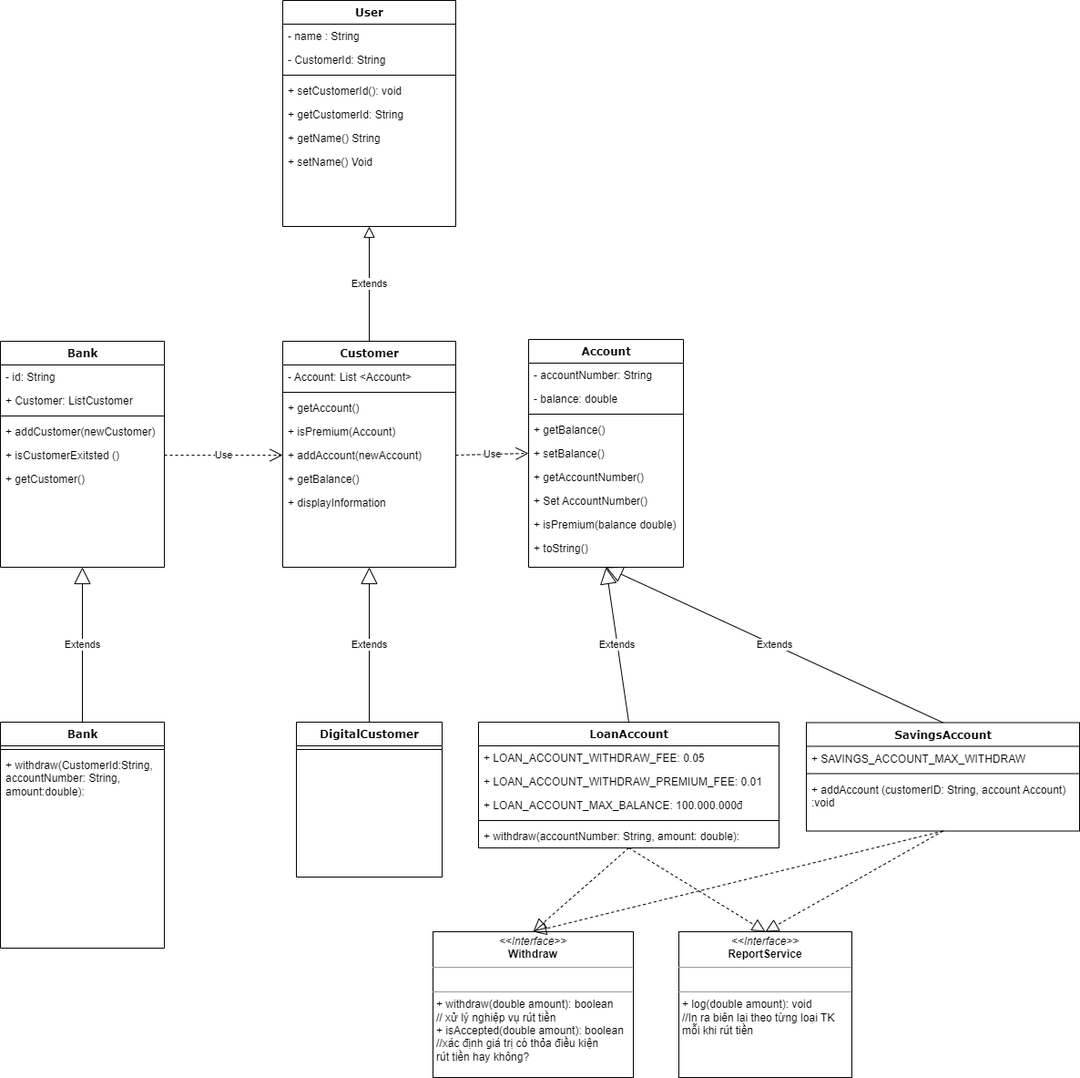
Above: Asm03.drawio.png in NvTra/class-assment (draw.io), before the change. Source tidied: cells renumbered, new cells last; positions are measured from the earlier drawing's top-left corner, leaving out a move shared by most shapes.
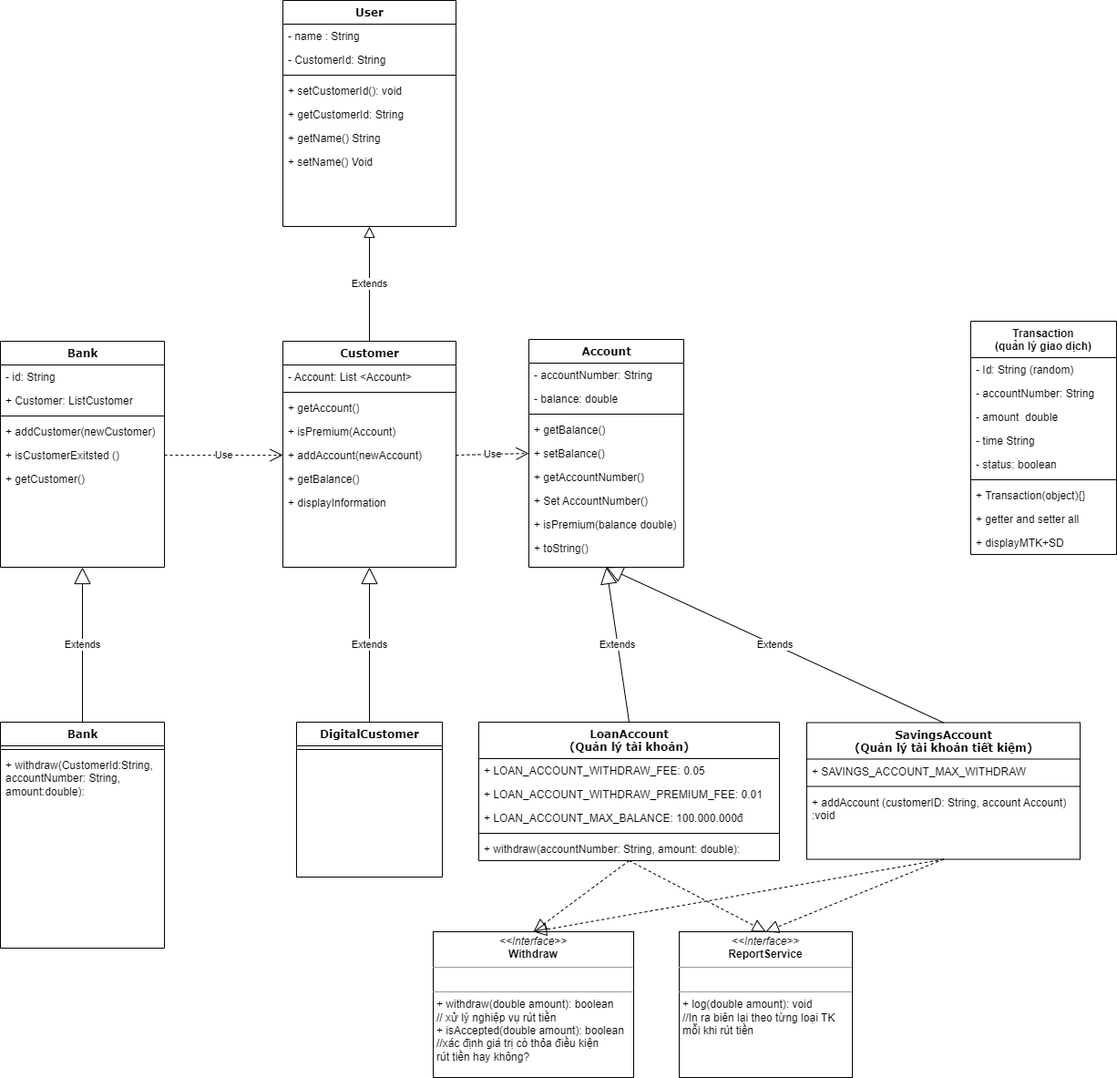
The same file after the commit.

Diff of the diagram source:
```diff
@@ -2,35 +2,35 @@
   <root>
     <mxCell id="0" />
     <mxCell id="1" parent="0" />
-    <mxCell id="2" value="LoanAccount" style="swimlane;html=1;fontStyle=1;align=center;verticalAlign=top;horizontal=1;startSize=26;swimlaneFillColor=#ffffff;rounded=0;shadow=0;comic=0;labelBackgroundColor=none;strokeWidth=1;fillColor=none;fontFamily=Verdana;fontSize=12;" parent="1" vertex="1">
-      <mxGeometry x="525" y="792" width="330" height="138" as="geometry" />
+    <mxCell id="2" value="LoanAccount&lt;br&gt;(Quản lý tài khoản)" style="swimlane;html=1;fontStyle=1;align=center;verticalAlign=top;horizontal=1;startSize=40;swimlaneFillColor=#ffffff;rounded=0;shadow=0;comic=0;labelBackgroundColor=none;strokeWidth=1;fillColor=none;fontFamily=Verdana;fontSize=12;" parent="1" vertex="1">
+      <mxGeometry x="525" y="792" width="330" height="152" as="geometry" />
     </mxCell>
     <mxCell id="3" value="+ LOAN_ACCOUNT_WITHDRAW_FEE: 0.05" style="text;html=1;strokeColor=none;fillColor=none;align=left;verticalAlign=top;spacingLeft=4;spacingRight=4;whiteSpace=wrap;overflow=hidden;" parent="2" vertex="1">
-      <mxGeometry y="26" width="330" height="26" as="geometry" />
+      <mxGeometry y="40" width="330" height="26" as="geometry" />
     </mxCell>
     <mxCell id="4" value="+ LOAN_ACCOUNT_WITHDRAW_PREMIUM_FEE: 0.01" style="text;html=1;strokeColor=none;fillColor=none;align=left;verticalAlign=top;spacingLeft=4;spacingRight=4;whiteSpace=wrap;overflow=hidden;" parent="2" vertex="1">
-      <mxGeometry y="52" width="330" height="26" as="geometry" />
+      <mxGeometry y="66" width="330" height="26" as="geometry" />
     </mxCell>
     <mxCell id="5" value="+ LOAN_ACCOUNT_MAX_BALANCE: 100.000.000đ" style="text;html=1;strokeColor=none;fillColor=none;align=left;verticalAlign=top;spacingLeft=4;spacingRight=4;whiteSpace=wrap;overflow=hidden;" parent="2" vertex="1">
-      <mxGeometry y="78" width="330" height="26" as="geometry" />
+      <mxGeometry y="92" width="330" height="26" as="geometry" />
     </mxCell>
     <mxCell id="6" style="line;html=1;strokeWidth=1;fillColor=none;align=left;verticalAlign=middle;spacingTop=-1;spacingLeft=3;spacingRight=3;labelPosition=right;" parent="2" vertex="1">
-      <mxGeometry y="104" width="330" height="8" as="geometry" />
+      <mxGeometry y="118" width="330" height="8" as="geometry" />
     </mxCell>
     <mxCell id="7" value="+ withdraw(accountNumber: String, amount: double):&amp;nbsp;&amp;nbsp;" style="text;html=1;strokeColor=none;fillColor=none;align=left;verticalAlign=top;spacingLeft=4;spacingRight=4;whiteSpace=wrap;overflow=hidden;" parent="2" vertex="1">
-      <mxGeometry y="112" width="330" height="26" as="geometry" />
+      <mxGeometry y="126" width="330" height="26" as="geometry" />
     </mxCell>
-    <mxCell id="8" value="SavingsAccount" style="swimlane;html=1;fontStyle=1;align=center;verticalAlign=top;horizontal=1;startSize=26;swimlaneFillColor=#ffffff;rounded=0;shadow=0;comic=0;labelBackgroundColor=none;strokeWidth=1;fillColor=none;fontFamily=Verdana;fontSize=12;" parent="1" vertex="1">
-      <mxGeometry x="885" y="792.5" width="300" height="119" as="geometry" />
+    <mxCell id="8" value="SavingsAccount&lt;br&gt;(Quản lý tài khoản tiết kiệm)" style="swimlane;html=1;fontStyle=1;align=center;verticalAlign=top;horizontal=1;startSize=40;swimlaneFillColor=#ffffff;rounded=0;shadow=0;comic=0;labelBackgroundColor=none;strokeWidth=1;fillColor=none;fontFamily=Verdana;fontSize=12;" parent="1" vertex="1">
+      <mxGeometry x="885" y="792.5" width="300" height="150" as="geometry" />
     </mxCell>
     <mxCell id="9" value="+&amp;nbsp;SAVINGS_ACCOUNT_MAX_WITHDRAW" style="text;html=1;strokeColor=none;fillColor=none;align=left;verticalAlign=top;spacingLeft=4;spacingRight=4;whiteSpace=wrap;overflow=hidden;" parent="8" vertex="1">
-      <mxGeometry y="26" width="300" height="26" as="geometry" />
+      <mxGeometry y="40" width="300" height="26" as="geometry" />
     </mxCell>
     <mxCell id="10" style="line;html=1;strokeWidth=1;fillColor=none;align=left;verticalAlign=middle;spacingTop=-1;spacingLeft=3;spacingRight=3;labelPosition=right;" parent="8" vertex="1">
-      <mxGeometry y="52" width="300" height="8" as="geometry" />
+      <mxGeometry y="66" width="300" height="8" as="geometry" />
     </mxCell>
     <mxCell id="11" value="+ addAccount (customerID: String, account Account) :void" style="text;html=1;strokeColor=none;fillColor=none;align=left;verticalAlign=top;spacingLeft=4;spacingRight=4;whiteSpace=wrap;overflow=hidden;" parent="8" vertex="1">
-      <mxGeometry y="60" width="300" height="50" as="geometry" />
+      <mxGeometry y="74" width="300" height="76" as="geometry" />
     </mxCell>
     <mxCell id="12" value="&lt;p style=&quot;margin:0px;margin-top:4px;text-align:center;&quot;&gt;&lt;i&gt;&amp;lt;&amp;lt;Interface&amp;gt;&amp;gt;&lt;/i&gt;&lt;br&gt;&lt;b&gt;Withdraw&lt;/b&gt;&lt;/p&gt;&lt;hr size=&quot;1&quot;&gt;&lt;p style=&quot;margin:0px;margin-left:4px;&quot;&gt;&lt;br&gt;&lt;/p&gt;&lt;hr size=&quot;1&quot;&gt;&lt;p style=&quot;margin:0px;margin-left:4px;&quot;&gt;+ withdraw(double amount): boolean&lt;/p&gt;&lt;p style=&quot;margin:0px;margin-left:4px;&quot;&gt;// xử lý nghiệp vụ rút tiền&lt;br&gt;+ isAccepted(double amount): boolean&lt;/p&gt;&lt;p style=&quot;margin:0px;margin-left:4px;&quot;&gt;//xác định giá trị có thỏa điều kiện&amp;nbsp;&lt;/p&gt;&lt;p style=&quot;margin:0px;margin-left:4px;&quot;&gt;rút tiền hay không?&lt;/p&gt;" style="verticalAlign=top;align=left;overflow=fill;fontSize=12;fontFamily=Helvetica;html=1;rounded=0;shadow=0;comic=0;labelBackgroundColor=none;strokeWidth=1;" parent="1" vertex="1">
       <mxGeometry x="475" y="1022" width="220" height="160" as="geometry" />
@@ -185,5 +185,35 @@
     <mxCell id="62" value="Use" style="endArrow=open;endSize=12;dashed=1;html=1;rounded=0;entryX=0;entryY=0.5;entryDx=0;entryDy=0;exitX=1;exitY=0.5;exitDx=0;exitDy=0;" parent="1" edge="1" source="39" target="47">
       <mxGeometry relative="1" as="geometry" />
     </mxCell>
+    <mxCell id="63" value="Transaction&lt;br&gt;(quản lý giao dịch)" style="swimlane;fontStyle=1;align=center;verticalAlign=top;horizontal=1;startSize=40;whiteSpace=wrap;html=1;" parent="1" vertex="1">
+      <mxGeometry x="1065" y="352" width="160" height="256" as="geometry" />
+    </mxCell>
+    <mxCell id="64" value="- Id: String (random)" style="text;strokeColor=none;fillColor=none;align=left;verticalAlign=top;spacingLeft=4;spacingRight=4;overflow=hidden;whiteSpace=wrap;html=1;" parent="63" vertex="1">
+      <mxGeometry y="40" width="160" height="26" as="geometry" />
+    </mxCell>
+    <mxCell id="65" value="- accountNumber: String" style="text;strokeColor=none;fillColor=none;align=left;verticalAlign=top;spacingLeft=4;spacingRight=4;overflow=hidden;whiteSpace=wrap;html=1;" parent="63" vertex="1">
+      <mxGeometry y="66" width="160" height="26" as="geometry" />
+    </mxCell>
+    <mxCell id="66" value="- amount&amp;nbsp; double" style="text;strokeColor=none;fillColor=none;align=left;verticalAlign=top;spacingLeft=4;spacingRight=4;overflow=hidden;whiteSpace=wrap;html=1;" parent="63" vertex="1">
+      <mxGeometry y="92" width="160" height="26" as="geometry" />
+    </mxCell>
+    <mxCell id="67" value="-&amp;nbsp;time String" style="text;strokeColor=none;fillColor=none;align=left;verticalAlign=top;spacingLeft=4;spacingRight=4;overflow=hidden;whiteSpace=wrap;html=1;" parent="63" vertex="1">
+      <mxGeometry y="118" width="160" height="26" as="geometry" />
+    </mxCell>
+    <mxCell id="68" value="- status: boolean" style="text;strokeColor=none;fillColor=none;align=left;verticalAlign=top;spacingLeft=4;spacingRight=4;overflow=hidden;whiteSpace=wrap;html=1;" parent="63" vertex="1">
+      <mxGeometry y="144" width="160" height="26" as="geometry" />
+    </mxCell>
+    <mxCell id="69" style="line;strokeWidth=1;fillColor=none;align=left;verticalAlign=middle;spacingTop=-1;spacingLeft=3;spacingRight=3;labelPosition=right;strokeColor=inherit;" parent="63" vertex="1">
+      <mxGeometry y="170" width="160" height="8" as="geometry" />
+    </mxCell>
+    <mxCell id="70" value="+ Transaction(object){}" style="text;strokeColor=none;fillColor=none;align=left;verticalAlign=top;spacingLeft=4;spacingRight=4;overflow=hidden;whiteSpace=wrap;html=1;" parent="63" vertex="1">
+      <mxGeometry y="178" width="160" height="26" as="geometry" />
+    </mxCell>
+    <mxCell id="71" value="+ getter and setter all&lt;br&gt;" style="text;strokeColor=none;fillColor=none;align=left;verticalAlign=top;spacingLeft=4;spacingRight=4;overflow=hidden;whiteSpace=wrap;html=1;" parent="63" vertex="1">
+      <mxGeometry y="204" width="160" height="26" as="geometry" />
+    </mxCell>
+    <mxCell id="72" value="+ displayMTK+SD" style="text;strokeColor=none;fillColor=none;align=left;verticalAlign=top;spacingLeft=4;spacingRight=4;overflow=hidden;whiteSpace=wrap;html=1;" parent="63" vertex="1">
+      <mxGeometry y="230" width="160" height="26" as="geometry" />
+    </mxCell>
   </root>
 </mxGraphModel>
```
